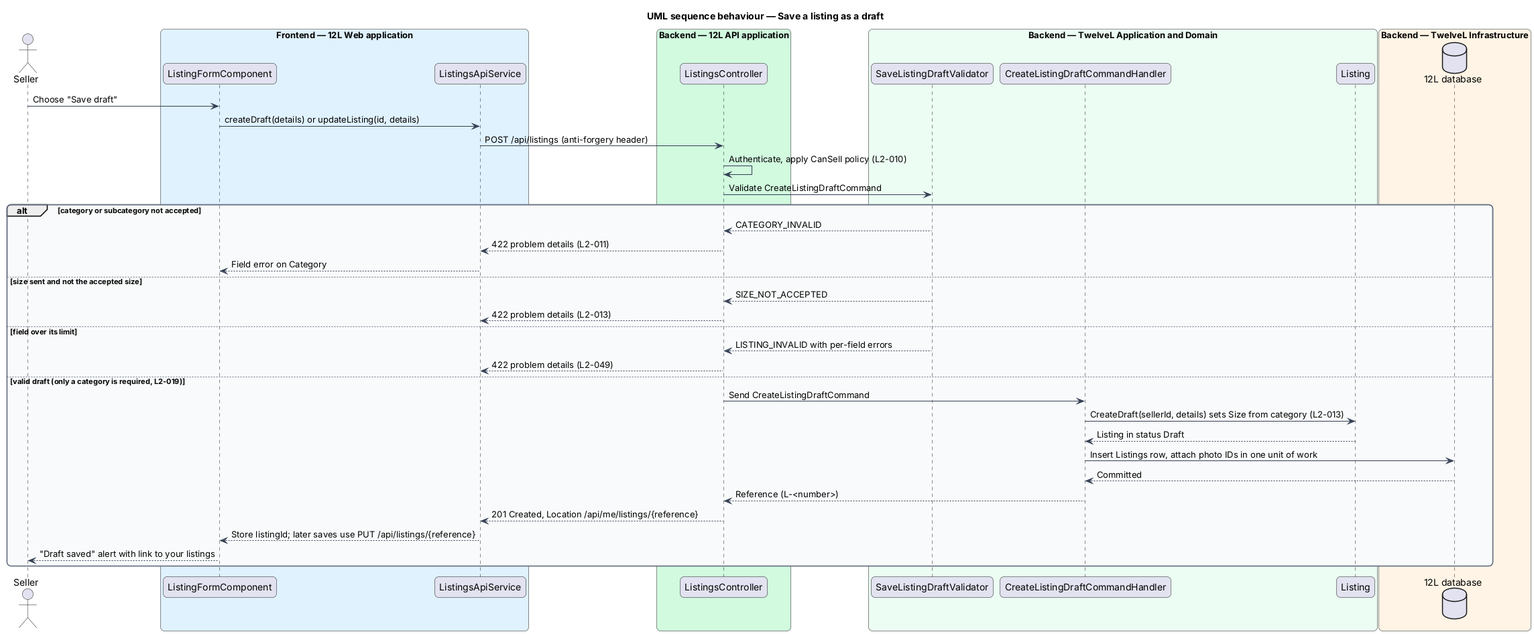
QuinntyneBrown/12l keeps this PlantUML diagram as docs/detailed-designs/listings/create-listing/diagrams/sequence-save-draft.png. Above is the earlier version.
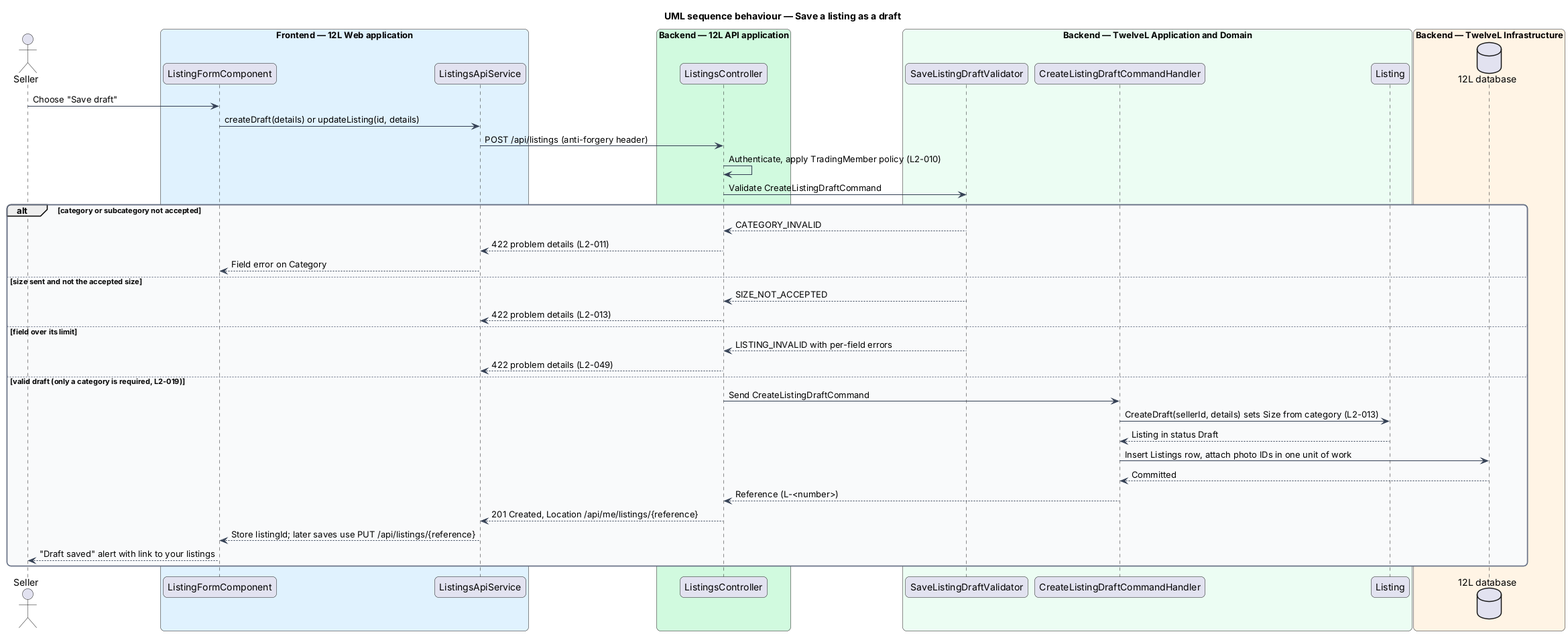
After the change.

Change to the diagram source:
```diff
@@ -33,7 +33,7 @@
 actor -> form : Choose "Save draft"
 form -> client : createDraft(details) or updateListing(id, details)
 client -> controller : POST /api/listings (anti-forgery header)
-controller -> controller : Authenticate, apply CanSell policy (L2-010)
+controller -> controller : Authenticate, apply TradingMember policy (L2-010)
 controller -> validator : Validate CreateListingDraftCommand
 alt category or subcategory not accepted
   validator --> controller : CATEGORY_INVALID
```
